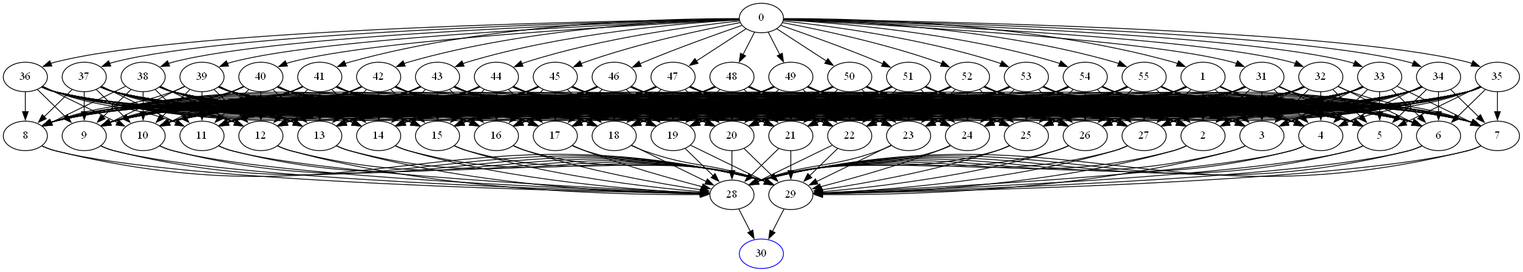
Earlier version of the Graphviz export DomainPicture/xn--gznuru-wxa.comdirected_graph.png (Asikl/MazeMapper). Its source is kept beside it as DomainPicture/xn--gznuru-wxa.comdirected_graph.dot.
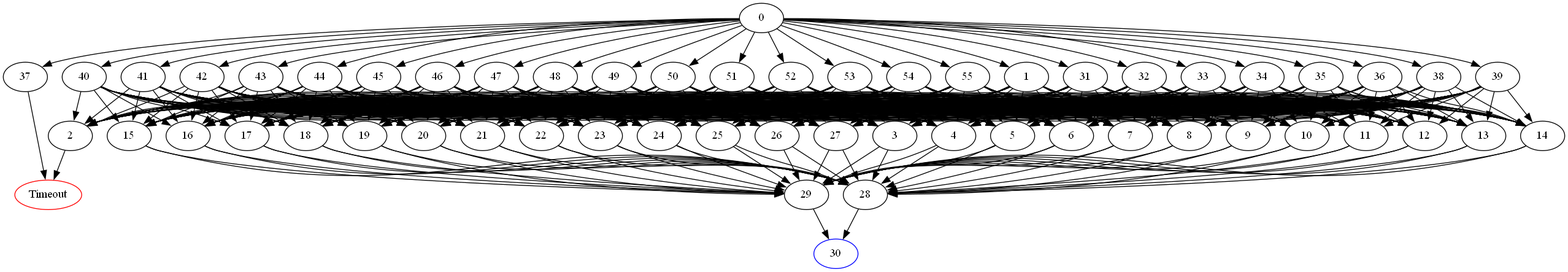
The same diagram one commit later.

Diff of the diagram source:
```diff
@@ -51,8 +51,8 @@
 	1 -> 25;
 	1 -> 26;
 	1 -> 27;
-	2 -> 28;
-	2 -> 29;
+	2 -> "Timeout";
+Timeout [color=red];
 	3 -> 28;
 	3 -> 29;
 	4 -> 28;
@@ -263,32 +263,8 @@
 	36 -> 25;
 	36 -> 26;
 	36 -> 27;
-	37 -> 2;
-	37 -> 3;
-	37 -> 4;
-	37 -> 5;
-	37 -> 6;
-	37 -> 7;
-	37 -> 8;
-	37 -> 9;
-	37 -> 10;
-	37 -> 11;
-	37 -> 12;
-	37 -> 13;
-	37 -> 14;
-	37 -> 15;
-	37 -> 16;
-	37 -> 17;
-	37 -> 18;
-	37 -> 19;
-	37 -> 20;
-	37 -> 21;
-	37 -> 22;
-	37 -> 23;
-	37 -> 24;
-	37 -> 25;
-	37 -> 26;
-	37 -> 27;
+	37 -> "Timeout";
+Timeout [color=red];
 	38 -> 2;
 	38 -> 3;
 	38 -> 4;
```
